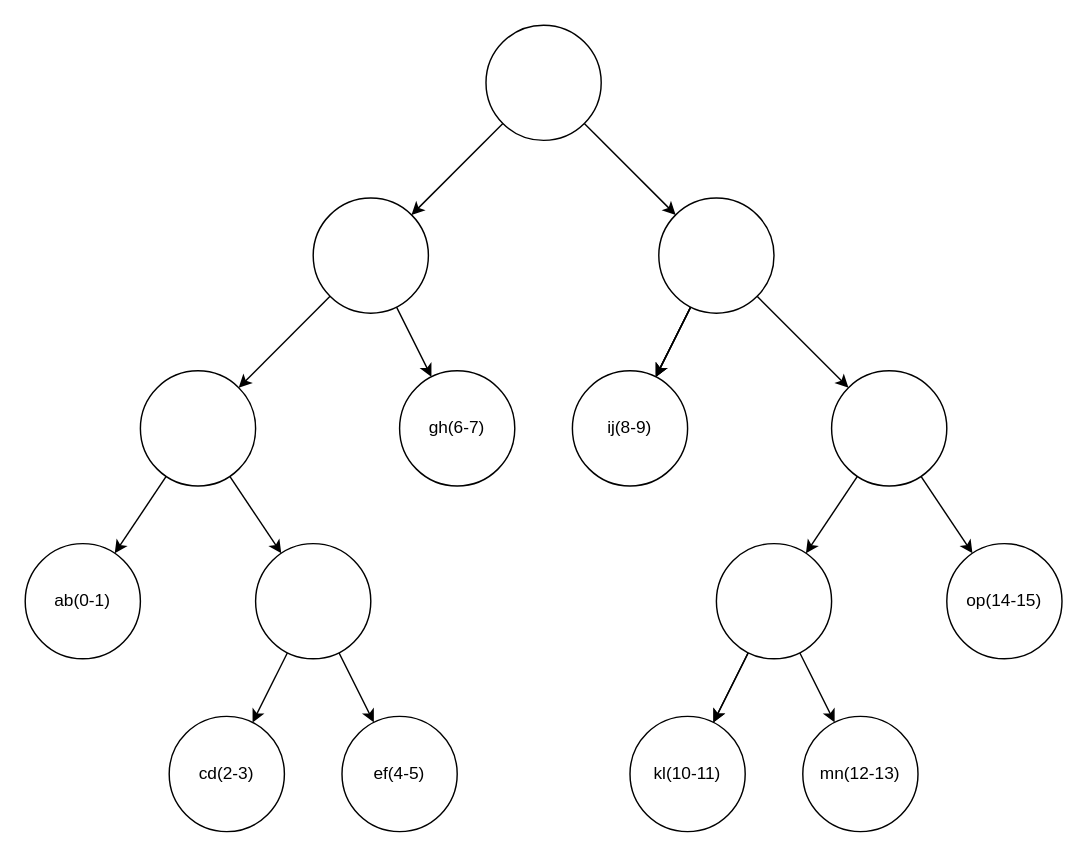
Earlier version of the draw.io diagram experiment/rope_medium_test.drawio (itarato/peditor). Source tidied: cells renumbered, new cells numbered last; positions are measured from the earlier drawing's top-left corner, leaving out a move shared by most shapes. Both pictures are drawn from the tidied source at 144%, with x=0, y=0 at pixel (24, 24).
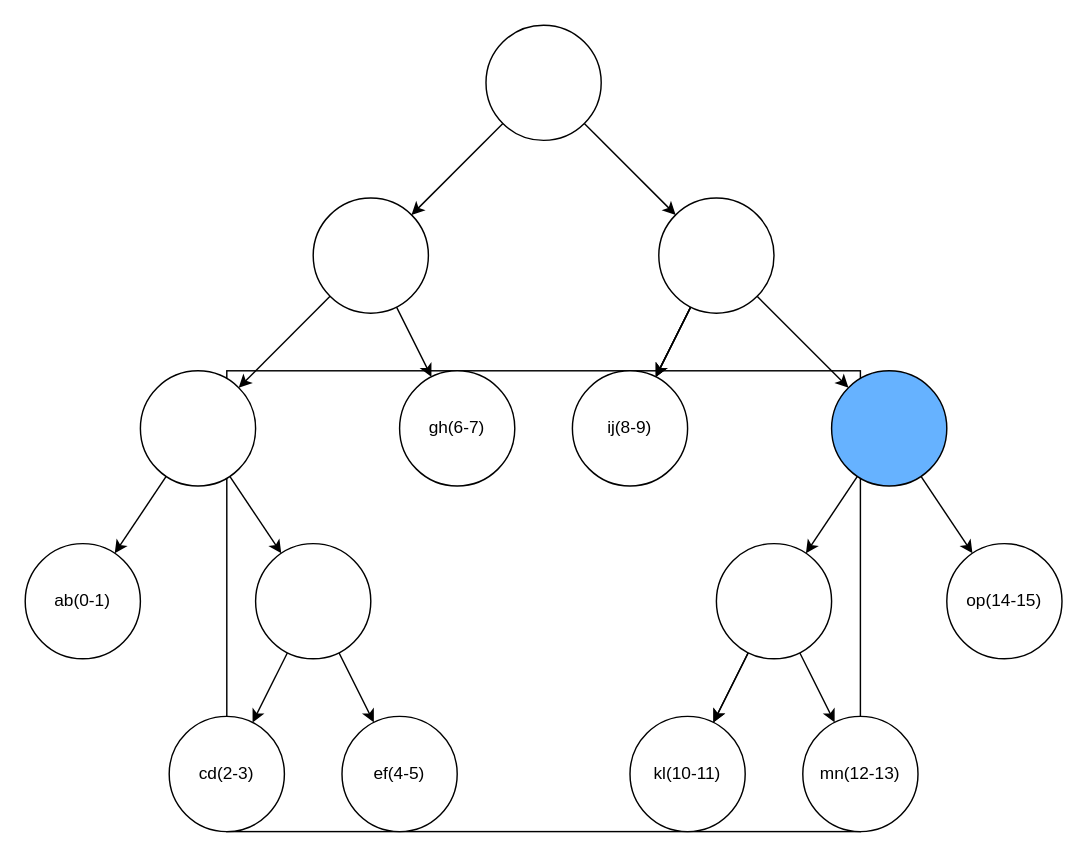
The same diagram, later.

The edit, as a diff of the source:
```diff
@@
+    <mxCell id="34" style="whiteSpace=wrap;html=1;" parent="1" vertex="1">
+      <mxGeometry x="140" y="240" width="440" height="320" as="geometry" />
+    </mxCell>
@@
-    <mxCell id="17" style="ellipse;whiteSpace=wrap;html=1;" parent="1" vertex="1">
+    <mxCell id="17" style="ellipse;whiteSpace=wrap;html=1;fillColor=#66B2FF;" parent="1" vertex="1">
       <mxGeometry x="560" y="240" width="80" height="80" as="geometry" />
     </mxCell>
```
